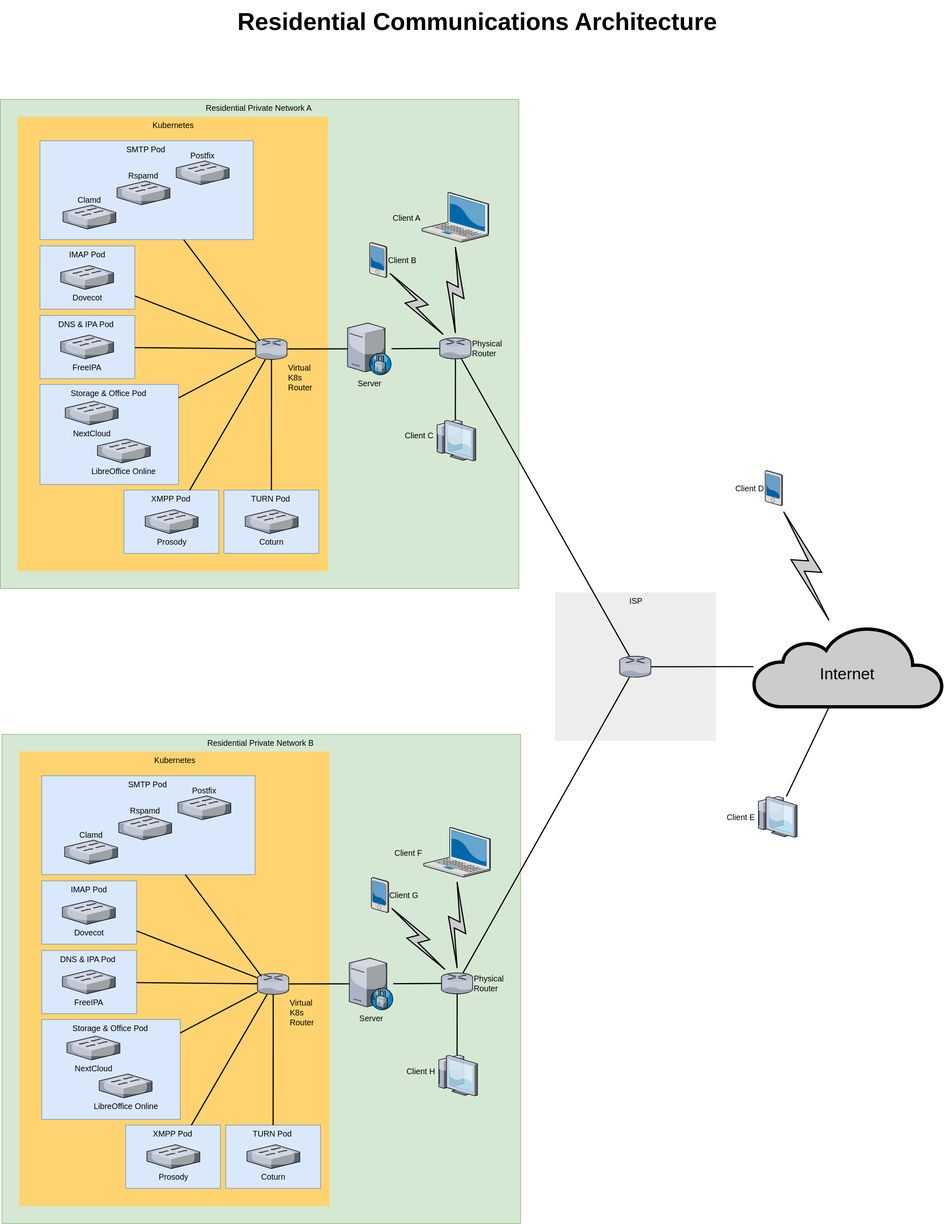
The draw.io diagram docs/topology.svg in contor-cloud/contor, before a commit. Source tidied: cells renumbered, new cells last; positions are measured from the earlier drawing's top-left corner, leaving out a move shared by most shapes.
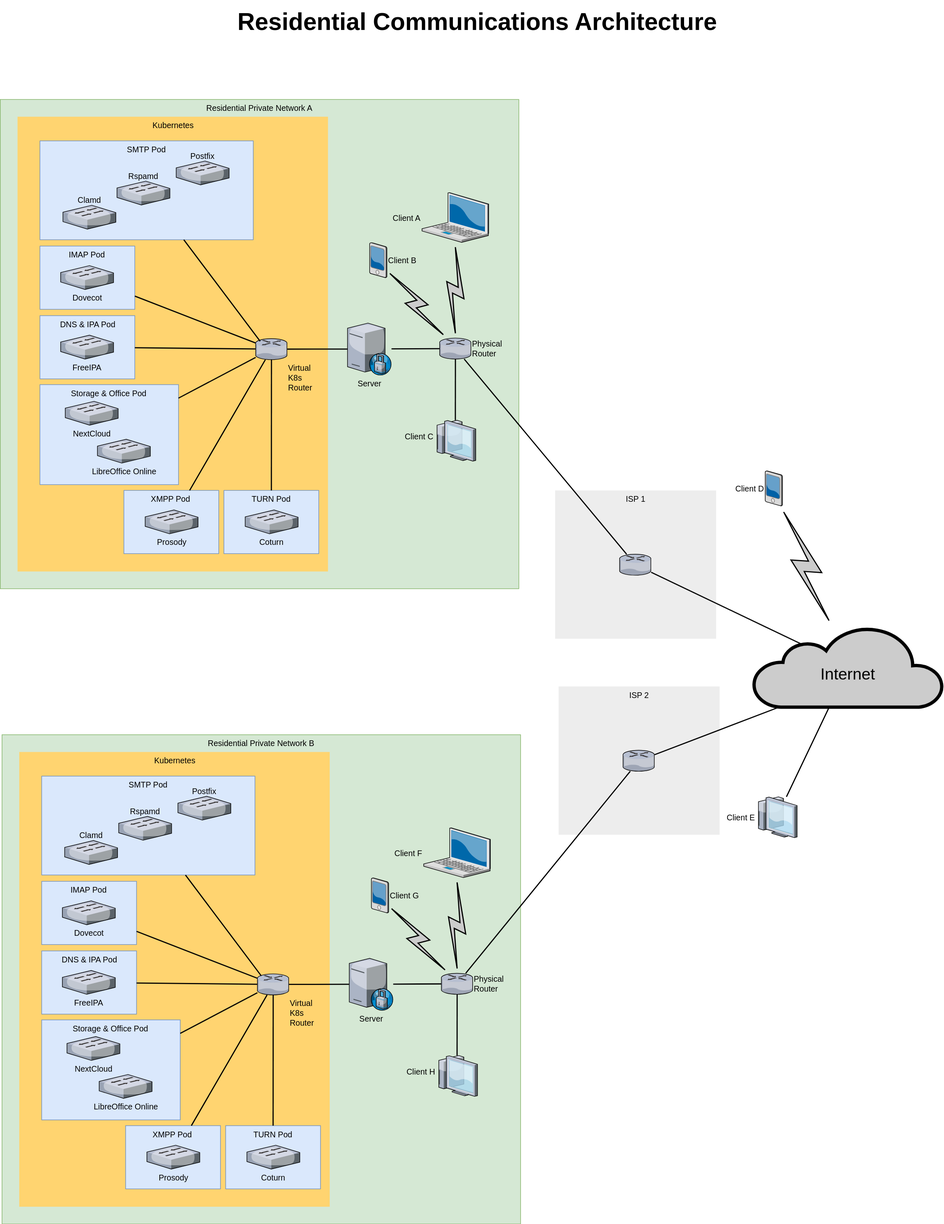
Above is the later version.

Diff of the diagram source:
```diff
@@ -2,6 +2,9 @@
   <root>
     <mxCell id="0" style="html=1;" />
     <mxCell id="1" style="html=1;" parent="0" />
+    <mxCell id="81" value="ISP 2" style="whiteSpace=wrap;html=1;fillColor=#EDEDED;fontSize=14;strokeColor=none;verticalAlign=top;" parent="1" vertex="1">
+      <mxGeometry x="971.2" y="1193" width="280" height="258" as="geometry" />
+    </mxCell>
     <mxCell id="2" value="Residential Private&amp;nbsp;&lt;span&gt;Network A&lt;/span&gt;" style="whiteSpace=wrap;html=1;fillColor=#d5e8d4;fontSize=14;strokeColor=#82b366;verticalAlign=top;" parent="1" vertex="1">
       <mxGeometry y="172" width="902" height="851" as="geometry" />
     </mxCell>
@@ -20,8 +23,8 @@
     <mxCell id="7" value="DNS &amp;amp; IPA Pod" style="whiteSpace=wrap;html=1;fillColor=#dae8fc;fontSize=14;strokeColor=#6c8ebf;verticalAlign=top;" parent="1" vertex="1">
       <mxGeometry x="69" y="548" width="165" height="110" as="geometry" />
     </mxCell>
-    <mxCell id="8" value="ISP" style="whiteSpace=wrap;html=1;fillColor=#EDEDED;fontSize=14;strokeColor=none;verticalAlign=top;" parent="1" vertex="1">
-      <mxGeometry x="965.2" y="1030" width="280" height="258" as="geometry" />
+    <mxCell id="8" value="ISP 1" style="whiteSpace=wrap;html=1;fillColor=#EDEDED;fontSize=14;strokeColor=none;verticalAlign=top;" parent="1" vertex="1">
+      <mxGeometry x="965.2" y="852" width="280" height="258" as="geometry" />
     </mxCell>
     <mxCell id="9" value="Client A" style="verticalLabelPosition=middle;html=1;verticalAlign=middle;strokeColor=none;shape=mxgraph.citrix.laptop_2;fillColor=#66B2FF;gradientColor=#0066CC;fontSize=14;labelPosition=left;align=right;" parent="1" vertex="1">
       <mxGeometry x="733.5" y="334" width="116" height="86.5" as="geometry" />
@@ -29,7 +32,7 @@
     <mxCell id="10" value="Client B" style="verticalLabelPosition=middle;html=1;verticalAlign=middle;strokeColor=none;shape=mxgraph.citrix.pda;fillColor=#66B2FF;gradientColor=#0066CC;fontSize=14;labelPosition=right;align=left;" parent="1" vertex="1">
       <mxGeometry x="642.5" y="421" width="30" height="61" as="geometry" />
     </mxCell>
-    <mxCell id="11" style="edgeStyle=none;rounded=0;html=1;startSize=10;endSize=10;jettySize=auto;fontSize=14;endArrow=none;endFill=0;strokeWidth=2;" parent="1" edge="1" source="15" target="16">
+    <mxCell id="11" style="edgeStyle=none;rounded=0;html=1;startSize=10;endSize=10;jettySize=auto;fontSize=14;endArrow=none;endFill=0;strokeWidth=2;entryX=0.26;entryY=0.22;entryPerimeter=0;" parent="1" edge="1" source="15" target="16">
       <mxGeometry relative="1" as="geometry" />
     </mxCell>
     <mxCell id="12" value="Residential Communications Architecture" style="text;strokeColor=none;fillColor=none;html=1;fontSize=42;fontStyle=1;verticalAlign=middle;align=center;" parent="1" vertex="1">
@@ -42,7 +45,7 @@
       <mxGeometry x="604" y="561" width="76.5" height="90" as="geometry" />
     </mxCell>
     <mxCell id="15" style="verticalLabelPosition=bottom;html=1;verticalAlign=top;strokeColor=none;shape=mxgraph.citrix.router;fillColor=#66B2FF;gradientColor=#0066CC;fontSize=14;" parent="1" vertex="1">
-      <mxGeometry x="1077.2" y="1141" width="55" height="36.5" as="geometry" />
+      <mxGeometry x="1077.2" y="963" width="55" height="36.5" as="geometry" />
     </mxCell>
     <mxCell id="16" value="Internet" style="html=1;fillColor=#CCCCCC;strokeColor=#000000;gradientColor=none;gradientDirection=north;strokeWidth=1;shape=mxgraph.networks.cloud;fontColor=#000000;rounded=0;shadow=0;comic=0;align=center;fontSize=28;verticalAlign=middle;labelPosition=center;verticalLabelPosition=middle;spacing=2;spacingTop=26;perimeterSpacing=0;" parent="1" vertex="1">
       <mxGeometry x="1310.2" y="1089" width="330" height="140" as="geometry" />
@@ -236,8 +239,14 @@
     <mxCell id="79" value="&lt;span&gt;Physical&lt;/span&gt;&lt;div&gt;&lt;span&gt;Router&lt;/span&gt;&lt;/div&gt;" style="verticalLabelPosition=middle;html=1;verticalAlign=middle;strokeColor=none;shape=mxgraph.citrix.router;fillColor=#66B2FF;gradientColor=#0066CC;fontSize=14;labelPosition=right;align=left;" parent="1" vertex="1">
       <mxGeometry x="767.2" y="1692" width="55" height="36.5" as="geometry" />
     </mxCell>
-    <mxCell id="80" style="edgeStyle=none;rounded=0;html=1;startSize=10;endSize=10;jettySize=auto;fontSize=14;endArrow=none;endFill=0;strokeWidth=2;" parent="1" edge="1" source="15" target="79">
+    <mxCell id="80" style="edgeStyle=none;rounded=0;html=1;startSize=10;endSize=10;jettySize=auto;fontSize=14;endArrow=none;endFill=0;strokeWidth=2;" parent="1" edge="1" source="82" target="79">
       <mxGeometry relative="1" as="geometry" />
     </mxCell>
+    <mxCell id="82" style="verticalLabelPosition=bottom;html=1;verticalAlign=top;strokeColor=none;shape=mxgraph.citrix.router;fillColor=#66B2FF;gradientColor=#0066CC;fontSize=14;" parent="1" vertex="1">
+      <mxGeometry x="1083.2" y="1304" width="55" height="36.5" as="geometry" />
+    </mxCell>
+    <mxCell id="83" style="edgeStyle=none;rounded=0;html=1;startSize=10;endSize=10;jettySize=auto;fontSize=14;endArrow=none;endFill=0;strokeWidth=2;entryX=0.14;entryY=1;entryPerimeter=0;" parent="1" edge="1" source="82" target="16">
+      <mxGeometry relative="1" as="geometry" />
+    </mxCell>
   </root>
 </mxGraphModel>
```
